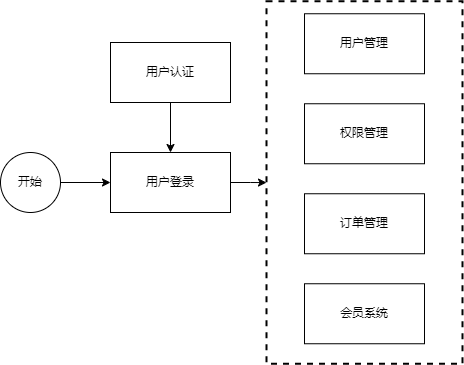
Before: 整体框架.png, a diagram exported from draw.io (dpuact/img-md). Source tidied: cells renumbered, new cells last; positions are measured from the earlier drawing's top-left corner, leaving out a move shared by most shapes. Its diagram source:
```xml
<mxGraphModel>
  <root>
    <mxCell id="0" />
    <mxCell id="1" parent="0" />
    <mxCell id="2" style="edgeStyle=orthogonalEdgeStyle;rounded=0;jettySize=auto;html=1;" parent="1" edge="1" source="3" target="5">
      <mxGeometry relative="1" as="geometry" />
    </mxCell>
    <mxCell id="3" value="开始" style="ellipse;whiteSpace=wrap;html=1;" parent="1" vertex="1">
      <mxGeometry y="151" width="60" height="60" as="geometry" />
    </mxCell>
    <mxCell id="4" style="edgeStyle=orthogonalEdgeStyle;rounded=0;jettySize=auto;html=1;" parent="1" edge="1" source="5" target="10">
      <mxGeometry relative="1" as="geometry" />
    </mxCell>
    <mxCell id="5" value="用户登录" style="rounded=0;whiteSpace=wrap;html=1;" parent="1" vertex="1">
      <mxGeometry x="110" y="151" width="120" height="60" as="geometry" />
    </mxCell>
    <mxCell id="6" value="用户管理" style="rounded=0;whiteSpace=wrap;html=1;" parent="1" vertex="1">
      <mxGeometry x="304" y="12.2" width="120" height="60" as="geometry" />
    </mxCell>
    <mxCell id="7" style="edgeStyle=orthogonalEdgeStyle;rounded=0;jettySize=auto;html=1;" parent="1" edge="1" source="8" target="5">
      <mxGeometry relative="1" as="geometry" />
    </mxCell>
    <mxCell id="8" value="用户认证" style="rounded=0;whiteSpace=wrap;html=1;" parent="1" vertex="1">
      <mxGeometry x="110" y="41" width="120" height="60" as="geometry" />
    </mxCell>
    <mxCell id="9" value="权限管理" style="rounded=0;whiteSpace=wrap;html=1;" parent="1" vertex="1">
      <mxGeometry x="304" y="102.2" width="120" height="60" as="geometry" />
    </mxCell>
    <mxCell id="10" style="rounded=0;whiteSpace=wrap;html=1;dashed=1;fillColor=none;strokeWidth=2;" parent="1" vertex="1">
      <mxGeometry x="266" y="-0.2" width="196" height="362.5" as="geometry" />
    </mxCell>
    <mxCell id="11" value="订单管理" style="rounded=0;whiteSpace=wrap;html=1;" parent="1" vertex="1">
      <mxGeometry x="304" y="192.2" width="120" height="60" as="geometry" />
    </mxCell>
    <mxCell id="12" value="会员系统" style="rounded=0;whiteSpace=wrap;html=1;" parent="1" vertex="1">
      <mxGeometry x="304" y="282.2" width="120" height="60" as="geometry" />
    </mxCell>
  </root>
</mxGraphModel>
```
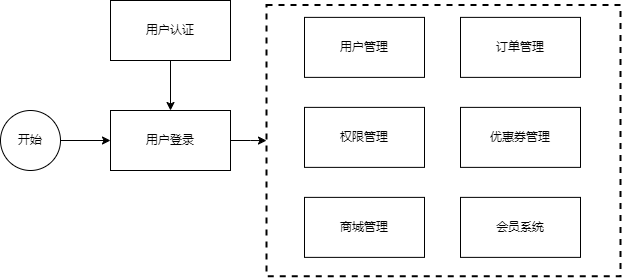
The same diagram one commit later.

Diff of the diagram source:
```diff
@@ -15,7 +15,7 @@
       <mxGeometry x="110" y="151" width="120" height="60" as="geometry" />
     </mxCell>
     <mxCell id="6" value="用户管理" style="rounded=0;whiteSpace=wrap;html=1;" parent="1" vertex="1">
-      <mxGeometry x="304" y="12.2" width="120" height="60" as="geometry" />
+      <mxGeometry x="304" y="57.9" width="120" height="60" as="geometry" />
     </mxCell>
     <mxCell id="7" style="edgeStyle=orthogonalEdgeStyle;rounded=0;jettySize=auto;html=1;" parent="1" edge="1" source="8" target="5">
       <mxGeometry relative="1" as="geometry" />
@@ -24,16 +24,22 @@
       <mxGeometry x="110" y="41" width="120" height="60" as="geometry" />
     </mxCell>
     <mxCell id="9" value="权限管理" style="rounded=0;whiteSpace=wrap;html=1;" parent="1" vertex="1">
-      <mxGeometry x="304" y="102.2" width="120" height="60" as="geometry" />
+      <mxGeometry x="304" y="147.9" width="120" height="60" as="geometry" />
     </mxCell>
     <mxCell id="10" style="rounded=0;whiteSpace=wrap;html=1;dashed=1;fillColor=none;strokeWidth=2;" parent="1" vertex="1">
-      <mxGeometry x="266" y="-0.2" width="196" height="362.5" as="geometry" />
+      <mxGeometry x="266" y="45.4" width="354" height="271.2" as="geometry" />
     </mxCell>
     <mxCell id="11" value="订单管理" style="rounded=0;whiteSpace=wrap;html=1;" parent="1" vertex="1">
-      <mxGeometry x="304" y="192.2" width="120" height="60" as="geometry" />
+      <mxGeometry x="460" y="57.9" width="120" height="60" as="geometry" />
     </mxCell>
     <mxCell id="12" value="会员系统" style="rounded=0;whiteSpace=wrap;html=1;" parent="1" vertex="1">
-      <mxGeometry x="304" y="282.2" width="120" height="60" as="geometry" />
+      <mxGeometry x="460" y="237.9" width="120" height="60" as="geometry" />
     </mxCell>
+    <mxCell id="13" value="商城管理" style="rounded=0;whiteSpace=wrap;html=1;" parent="1" vertex="1">
+      <mxGeometry x="304" y="237.9" width="120" height="60" as="geometry" />
+    </mxCell>
+    <mxCell id="14" value="优惠券管理" style="rounded=0;whiteSpace=wrap;html=1;" parent="1" vertex="1">
+      <mxGeometry x="460" y="147.9" width="120" height="60" as="geometry" />
+    </mxCell>
   </root>
 </mxGraphModel>
```
